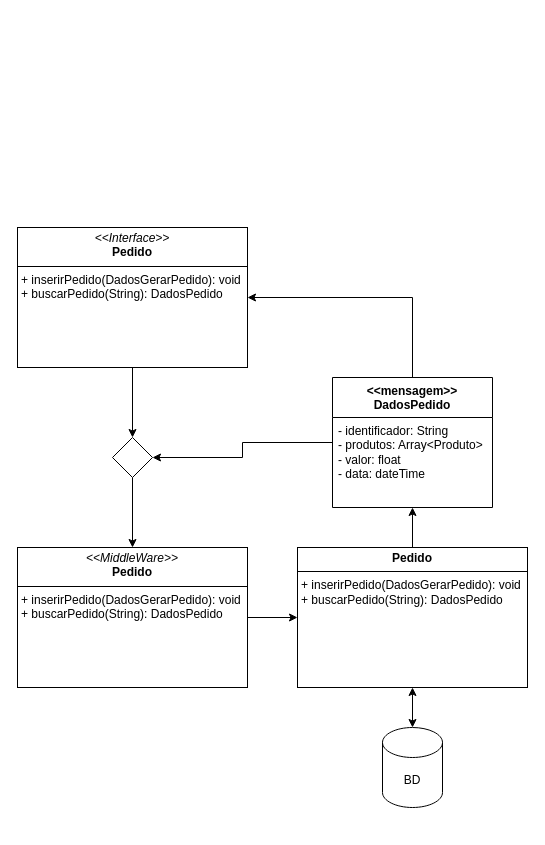
Before: design/UMLPedido.drawio in WolWolffz/ThuderBass_Stock, a draw.io diagram. Source tidied: cells renumbered, new cells numbered last; positions are measured from the earlier drawing's top-left corner, leaving out a move shared by most shapes. Both pictures are drawn from the tidied source at 100%, with x=0, y=0 at pixel (17, 227).
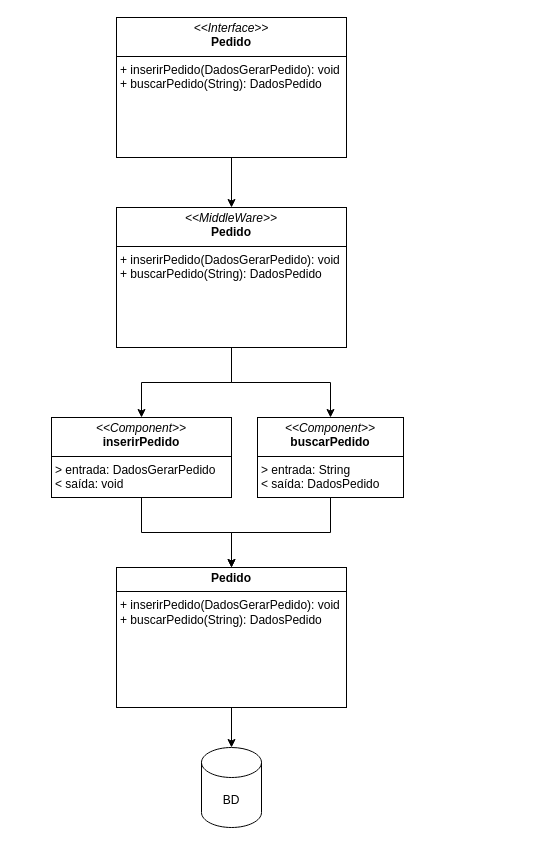
The same page after the edit.

Diff of the diagram source:
```diff
@@
 <mxGraphModel>
   <root>
     <mxCell id="0" />
     <mxCell id="1" parent="0" />
-    <mxCell id="2" style="edgeStyle=orthogonalEdgeStyle;rounded=0;jettySize=auto;html=1;entryX=1;entryY=0.5;entryDx=0;entryDy=0;" parent="1" edge="1" source="4" target="11">
-      <mxGeometry relative="1" as="geometry" />
-    </mxCell>
-    <mxCell id="3" style="edgeStyle=orthogonalEdgeStyle;rounded=0;jettySize=auto;html=1;" parent="1" edge="1" source="4" target="7">
-      <mxGeometry relative="1" as="geometry">
-        <Array as="points">
-          <mxPoint x="395" y="70" />
-        </Array>
-      </mxGeometry>
-    </mxCell>
-    <mxCell id="4" value="&amp;lt;&amp;lt;mensagem&amp;gt;&amp;gt;&lt;div&gt;DadosPedido&lt;/div&gt;" style="swimlane;fontStyle=1;align=center;verticalAlign=top;horizontal=1;startSize=40;whiteSpace=wrap;html=1;" parent="1" vertex="1">
-      <mxGeometry x="315" y="150" width="160" height="130" as="geometry" />
-    </mxCell>
-    <mxCell id="5" value="- identificador: String&lt;div&gt;- produtos: Array&amp;lt;Produto&amp;gt;&lt;/div&gt;&lt;div&gt;- valor: float&lt;/div&gt;&lt;div&gt;- data: dateTime&lt;/div&gt;" style="text;strokeColor=none;fillColor=none;align=left;verticalAlign=top;spacingLeft=4;spacingRight=4;overflow=hidden;whiteSpace=wrap;html=1;" parent="4" vertex="1">
-      <mxGeometry y="40" width="160" height="90" as="geometry" />
-    </mxCell>
-    <mxCell id="6" style="edgeStyle=orthogonalEdgeStyle;rounded=0;jettySize=auto;html=1;entryX=0.5;entryY=0;entryDx=0;entryDy=0;" parent="1" edge="1" source="7" target="11">
+    <mxCell id="6" style="edgeStyle=orthogonalEdgeStyle;rounded=0;jettySize=auto;html=1;entryX=0.5;entryY=0;entryDx=0;entryDy=0;" parent="1" edge="1" source="7" target="9">
       <mxGeometry relative="1" as="geometry" />
     </mxCell>
     <mxCell id="7" value="&lt;p style=&quot;margin:0px;margin-top:4px;text-align:center;&quot;&gt;&lt;i&gt;&amp;lt;&amp;lt;Interface&amp;gt;&amp;gt;&lt;/i&gt;&lt;br&gt;&lt;b&gt;Pedido&lt;/b&gt;&lt;/p&gt;&lt;hr size=&quot;1&quot; style=&quot;border-style:solid;&quot;&gt;&lt;p style=&quot;margin:0px;margin-left:4px;&quot;&gt;+ inserirPedido(DadosGerarPedido): void&lt;br&gt;+ buscarPedido(String): DadosPedido&lt;/p&gt;" style="verticalAlign=top;align=left;overflow=fill;html=1;whiteSpace=wrap;" parent="1" vertex="1">
-      <mxGeometry width="230" height="140" as="geometry" />
+      <mxGeometry x="99" y="-210" width="230" height="140" as="geometry" />
     </mxCell>
-    <mxCell id="8" style="edgeStyle=orthogonalEdgeStyle;rounded=0;jettySize=auto;html=1;exitX=1;exitY=0.5;exitDx=0;exitDy=0;" parent="1" edge="1" source="9" target="14">
-      <mxGeometry relative="1" as="geometry" />
-    </mxCell>
+    <mxCell id="16" style="edgeStyle=orthogonalEdgeStyle;rounded=0;jettySize=auto;html=1;exitX=0.5;exitY=1;exitDx=0;exitDy=0;entryX=0.5;entryY=0;entryDx=0;entryDy=0;" parent="1" edge="1" source="9" target="19">
+      <mxGeometry relative="1" as="geometry" />
+    </mxCell>
+    <mxCell id="17" style="edgeStyle=orthogonalEdgeStyle;rounded=0;jettySize=auto;html=1;exitX=0.5;exitY=1;exitDx=0;exitDy=0;entryX=0.5;entryY=0;entryDx=0;entryDy=0;" parent="1" edge="1" source="9" target="21">
+      <mxGeometry relative="1" as="geometry" />
+    </mxCell>
     <mxCell id="9" value="&lt;p style=&quot;margin:0px;margin-top:4px;text-align:center;&quot;&gt;&lt;i&gt;&amp;lt;&amp;lt;MiddleWare&amp;gt;&amp;gt;&lt;/i&gt;&lt;br&gt;&lt;b&gt;Pedido&lt;/b&gt;&lt;/p&gt;&lt;hr size=&quot;1&quot; style=&quot;border-style:solid;&quot;&gt;&lt;p style=&quot;margin:0px;margin-left:4px;&quot;&gt;+ inserirPedido(DadosGerarPedido): void&lt;br&gt;+ buscarPedido(String): DadosPedido&lt;/p&gt;" style="verticalAlign=top;align=left;overflow=fill;html=1;whiteSpace=wrap;" parent="1" vertex="1">
-      <mxGeometry y="320" width="230" height="140" as="geometry" />
+      <mxGeometry x="99" y="-20" width="230" height="140" as="geometry" />
     </mxCell>
-    <mxCell id="10" style="edgeStyle=orthogonalEdgeStyle;rounded=0;jettySize=auto;html=1;exitX=0.5;exitY=1;exitDx=0;exitDy=0;entryX=0.5;entryY=0;entryDx=0;entryDy=0;" parent="1" edge="1" source="11" target="9">
-      <mxGeometry relative="1" as="geometry" />
-    </mxCell>
-    <mxCell id="11" style="rhombus;whiteSpace=wrap;html=1;" parent="1" vertex="1">
-      <mxGeometry x="95" y="210" width="40" height="40" as="geometry" />
-    </mxCell>
-    <mxCell id="12" style="edgeStyle=orthogonalEdgeStyle;rounded=0;jettySize=auto;html=1;exitX=0.5;exitY=1;exitDx=0;exitDy=0;startArrow=classic;startFill=1;" parent="1" edge="1" source="14" target="15">
-      <mxGeometry relative="1" as="geometry" />
-    </mxCell>
-    <mxCell id="13" style="edgeStyle=orthogonalEdgeStyle;rounded=0;jettySize=auto;html=1;" parent="1" edge="1" source="14" target="4">
-      <mxGeometry relative="1" as="geometry" />
-    </mxCell>
     <mxCell id="14" value="&lt;p style=&quot;margin:0px;margin-top:4px;text-align:center;&quot;&gt;&lt;b&gt;Pedido&lt;/b&gt;&lt;/p&gt;&lt;hr size=&quot;1&quot; style=&quot;border-style:solid;&quot;&gt;&lt;p style=&quot;margin:0px;margin-left:4px;&quot;&gt;+ inserirPedido(DadosGerarPedido): void&lt;br&gt;+ buscarPedido(String): DadosPedido&lt;/p&gt;" style="verticalAlign=top;align=left;overflow=fill;html=1;whiteSpace=wrap;" parent="1" vertex="1">
-      <mxGeometry x="280" y="320" width="230" height="140" as="geometry" />
+      <mxGeometry x="99" y="340" width="230" height="140" as="geometry" />
     </mxCell>
     <mxCell id="15" value="BD" style="shape=cylinder3;whiteSpace=wrap;html=1;boundedLbl=1;backgroundOutline=1;size=15;" parent="1" vertex="1">
-      <mxGeometry x="365" y="500" width="60" height="80" as="geometry" />
+      <mxGeometry x="184" y="520" width="60" height="80" as="geometry" />
     </mxCell>
+    <mxCell id="18" style="edgeStyle=orthogonalEdgeStyle;rounded=0;jettySize=auto;html=1;exitX=0.5;exitY=1;exitDx=0;exitDy=0;entryX=0.5;entryY=0;entryDx=0;entryDy=0;" parent="1" edge="1" source="19" target="14">
+      <mxGeometry relative="1" as="geometry" />
+    </mxCell>
+    <mxCell id="19" value="&lt;p style=&quot;margin:0px;margin-top:4px;text-align:center;&quot;&gt;&lt;i&gt;&amp;lt;&amp;lt;Component&amp;gt;&amp;gt;&lt;/i&gt;&lt;br&gt;&lt;b&gt;inserirPedido&lt;/b&gt;&lt;/p&gt;&lt;hr size=&quot;1&quot; style=&quot;border-style:solid;&quot;&gt;&lt;p style=&quot;margin:0px;margin-left:4px;&quot;&gt;&amp;gt; entrada: DadosGerarPedido&lt;/p&gt;&lt;p style=&quot;margin:0px;margin-left:4px;&quot;&gt;&amp;lt; saída: void&lt;/p&gt;" style="verticalAlign=top;align=left;overflow=fill;html=1;whiteSpace=wrap;" parent="1" vertex="1">
+      <mxGeometry x="34" y="190" width="180" height="80" as="geometry" />
+    </mxCell>
+    <mxCell id="20" style="edgeStyle=orthogonalEdgeStyle;rounded=0;jettySize=auto;html=1;exitX=0.5;exitY=1;exitDx=0;exitDy=0;entryX=0.5;entryY=0;entryDx=0;entryDy=0;" parent="1" edge="1" source="21" target="14">
+      <mxGeometry relative="1" as="geometry" />
+    </mxCell>
+    <mxCell id="21" value="&lt;p style=&quot;margin:0px;margin-top:4px;text-align:center;&quot;&gt;&lt;i&gt;&amp;lt;&amp;lt;Component&amp;gt;&amp;gt;&lt;/i&gt;&lt;br&gt;&lt;b&gt;buscarPedido&lt;/b&gt;&lt;/p&gt;&lt;hr size=&quot;1&quot; style=&quot;border-style:solid;&quot;&gt;&lt;p style=&quot;margin:0px;margin-left:4px;&quot;&gt;&amp;gt; entrada: String&lt;/p&gt;&lt;p style=&quot;margin:0px;margin-left:4px;&quot;&gt;&amp;lt; saída: DadosPedido&lt;/p&gt;" style="verticalAlign=top;align=left;overflow=fill;html=1;whiteSpace=wrap;" parent="1" vertex="1">
+      <mxGeometry x="240" y="190" width="146" height="80" as="geometry" />
+    </mxCell>
+    <mxCell id="12" style="edgeStyle=orthogonalEdgeStyle;rounded=0;jettySize=auto;html=1;exitX=0.5;exitY=1;exitDx=0;exitDy=0;entryX=0.5;entryY=0;entryDx=0;entryDy=0;entryPerimeter=0;" parent="1" edge="1" source="14" target="15">
+      <mxGeometry relative="1" as="geometry" />
+    </mxCell>
   </root>
 </mxGraphModel>
```
